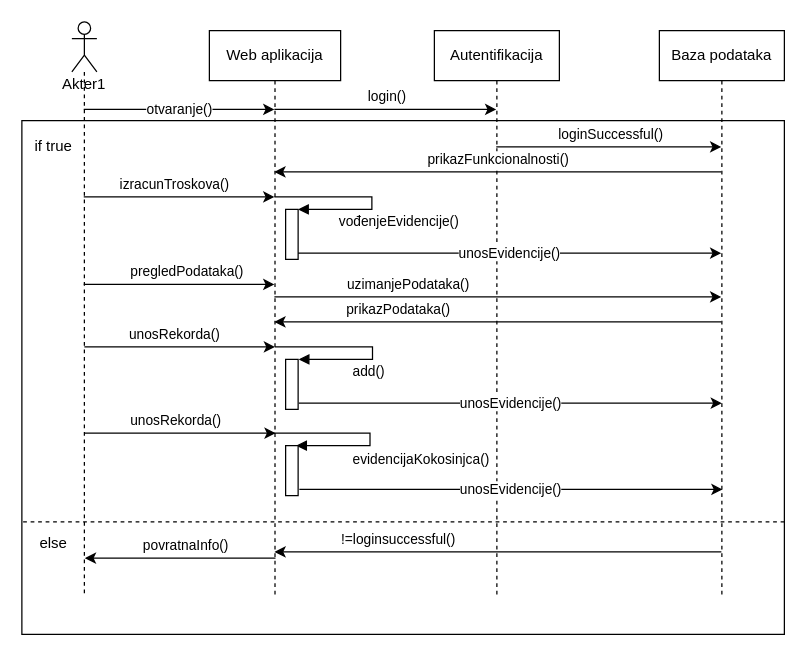
This is Dokumentacija/Sekvencijalni dijagram/sekvencijalni_akter1.drawio from fox1806/Kokoshinjac, a draw.io file, before an edit. Source tidied: cells renumbered, new cells numbered last; positions are measured from the earlier drawing's top-left corner, leaving out a move shared by most shapes. Both pictures are drawn from the tidied source at 125%, with x=0, y=0 at pixel (21, 21).
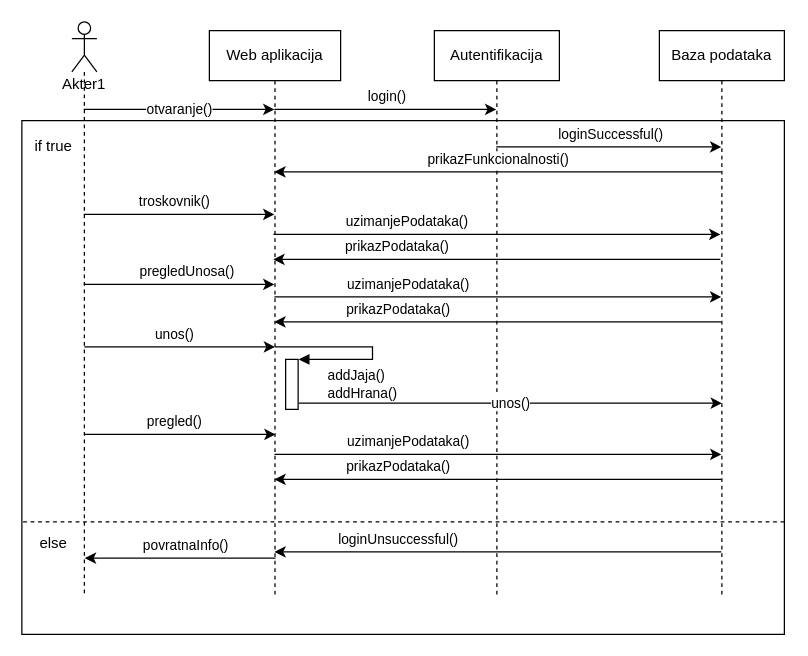
After the change.

The change refers to these unchanged cells:
```xml
<mxCell id="6" value="Akter1" style="shape=umlLifeline;participant=umlActor;perimeter=lifelinePerimeter;whiteSpace=wrap;html=1;verticalAlign=top;spacingTop=36;outlineConnect=0;size=40;" parent="1" vertex="1">
  <mxGeometry x="40" width="20" height="460" as="geometry" />
</mxCell>
<mxCell id="9" value="Web aplikacija" style="shape=umlLifeline;perimeter=lifelinePerimeter;whiteSpace=wrap;html=1;outlineConnect=0;" parent="1" vertex="1">
  <mxGeometry x="150" y="7" width="105" height="453" as="geometry" />
</mxCell>
```

Diff of the diagram source:
```diff
@@
-    <mxCell id="4" value="izracunTroskova()" style="edgeStyle=orthogonalEdgeStyle;rounded=0;jettySize=auto;html=1;" parent="1" edge="1" source="6" target="9">
+    <mxCell id="4" value="troskovnik()" style="edgeStyle=orthogonalEdgeStyle;rounded=0;orthogonalLoop=1;jettySize=auto;html=1;" parent="1" edge="1">
       <mxGeometry x="-0.06" y="10" relative="1" as="geometry">
+        <mxPoint x="49.5" y="154" as="sourcePoint" />
+        <mxPoint x="202" y="154" as="targetPoint" />
         <Array as="points">
-          <mxPoint x="120" y="140" />
-          <mxPoint x="120" y="140" />
+          <mxPoint x="120" y="154" />
+          <mxPoint x="120" y="154" />
         </Array>
       </mxGeometry>
     </mxCell>
-    <mxCell id="5" value="pregledPodataka()" style="edgeStyle=orthogonalEdgeStyle;rounded=0;jettySize=auto;html=1;" parent="1" edge="1" source="6" target="9">
+    <mxCell id="5" value="pregledUnosa()" style="edgeStyle=orthogonalEdgeStyle;rounded=0;jettySize=auto;html=1;" parent="1" edge="1" source="6" target="9">
       <mxGeometry x="0.06" y="10" relative="1" as="geometry">
         <Array as="points">
           <mxPoint x="120" y="210" />
           <mxPoint x="120" y="210" />
         </Array>
         <mxPoint x="1" as="offset" />
       </mxGeometry>
     </mxCell>
@@
-    <mxCell id="10" style="html=1;points=[];perimeter=orthogonalPerimeter;" parent="9" vertex="1">
-      <mxGeometry x="61" y="143" width="10" height="40" as="geometry" />
-    </mxCell>
-    <mxCell id="11" value="vođenjeEvidencije()" style="edgeStyle=orthogonalEdgeStyle;html=1;align=left;spacingLeft=2;endArrow=block;rounded=0;entryX=1;entryY=0;" parent="9" edge="1" source="9" target="10">
-      <mxGeometry x="0.61" y="10" relative="1" as="geometry">
-        <Array as="points">
-          <mxPoint x="130" y="133" />
-          <mxPoint x="130" y="143" />
-        </Array>
-      </mxGeometry>
-    </mxCell>
@@
-    <mxCell id="17" value="unosEvidencije()" style="edgeStyle=orthogonalEdgeStyle;rounded=0;orthogonalLoop=1;jettySize=auto;html=1;" parent="1" edge="1">
-      <mxGeometry relative="1" as="geometry">
-        <mxPoint x="221" y="185" as="sourcePoint" />
-        <mxPoint x="559.5" y="185" as="targetPoint" />
-        <Array as="points">
-          <mxPoint x="390" y="185" />
-          <mxPoint x="390" y="185" />
-        </Array>
-      </mxGeometry>
-    </mxCell>
@@
-    <mxCell id="20" value="unosRekorda()" style="edgeStyle=orthogonalEdgeStyle;rounded=0;orthogonalLoop=1;jettySize=auto;html=1;" parent="1" edge="1">
+    <mxCell id="20" value="unos()" style="edgeStyle=orthogonalEdgeStyle;rounded=0;orthogonalLoop=1;jettySize=auto;html=1;" parent="1" edge="1">
       <mxGeometry x="-0.06" y="10" relative="1" as="geometry">
         <mxPoint x="50" y="260" as="sourcePoint" />
         <mxPoint x="202.5" y="260" as="targetPoint" />
         <Array as="points">
           <mxPoint x="120.5" y="260" />
           <mxPoint x="120.5" y="260" />
         </Array>
       </mxGeometry>
     </mxCell>
-    <mxCell id="21" value="add()" style="edgeStyle=orthogonalEdgeStyle;html=1;align=left;spacingLeft=2;endArrow=block;rounded=0;entryX=1;entryY=0;" parent="1" edge="1">
-      <mxGeometry x="0.47" y="10" relative="1" as="geometry">
+    <mxCell id="21" value="addJaja()&lt;br&gt;addHrana()" style="edgeStyle=orthogonalEdgeStyle;html=1;align=left;spacingLeft=2;endArrow=block;rounded=0;entryX=1;entryY=0;" parent="1" edge="1">
+      <mxGeometry x="0.75" y="20" relative="1" as="geometry">
         <mxPoint x="202.5" y="260" as="sourcePoint" />
         <mxPoint x="221.5" y="270" as="targetPoint" />
         <Array as="points">
           <mxPoint x="280.5" y="260" />
           <mxPoint x="280.5" y="270" />
         </Array>
+        <mxPoint x="1" as="offset" />
       </mxGeometry>
     </mxCell>
-    <mxCell id="22" value="unosEvidencije()" style="edgeStyle=orthogonalEdgeStyle;rounded=0;orthogonalLoop=1;jettySize=auto;html=1;" parent="1" edge="1">
+    <mxCell id="22" value="unos()" style="edgeStyle=orthogonalEdgeStyle;rounded=0;orthogonalLoop=1;jettySize=auto;html=1;" parent="1" edge="1">
       <mxGeometry relative="1" as="geometry">
         <mxPoint x="221.5" y="305" as="sourcePoint" />
         <mxPoint x="560" y="305" as="targetPoint" />
         <Array as="points">
           <mxPoint x="390.5" y="305" />
           <mxPoint x="390.5" y="305" />
         </Array>
       </mxGeometry>
     </mxCell>
-    <mxCell id="23" value="unosRekorda()" style="edgeStyle=orthogonalEdgeStyle;rounded=0;orthogonalLoop=1;jettySize=auto;html=1;" parent="1" edge="1">
-      <mxGeometry x="-0.06" y="10" relative="1" as="geometry">
-        <mxPoint x="50.5" y="329" as="sourcePoint" />
-        <mxPoint x="203" y="329" as="targetPoint" />
-        <Array as="points">
-          <mxPoint x="121" y="329" />
-          <mxPoint x="121" y="329" />
-        </Array>
-      </mxGeometry>
-    </mxCell>
-    <mxCell id="24" value="unosEvidencije()" style="edgeStyle=orthogonalEdgeStyle;rounded=0;orthogonalLoop=1;jettySize=auto;html=1;" parent="1" edge="1">
-      <mxGeometry relative="1" as="geometry">
-        <mxPoint x="222" y="374" as="sourcePoint" />
-        <mxPoint x="560.5" y="374" as="targetPoint" />
-        <Array as="points">
-          <mxPoint x="391" y="374" />
-          <mxPoint x="391" y="374" />
-        </Array>
-      </mxGeometry>
-    </mxCell>
-    <mxCell id="25" value="evidencijaKokosinjca()" style="edgeStyle=orthogonalEdgeStyle;html=1;align=left;spacingLeft=2;endArrow=block;rounded=0;entryX=1;entryY=0;" parent="1" edge="1">
-      <mxGeometry x="0.44" y="11" relative="1" as="geometry">
-        <mxPoint x="200.5" y="329" as="sourcePoint" />
-        <mxPoint x="219.5" y="339" as="targetPoint" />
-        <Array as="points">
-          <mxPoint x="278.5" y="329" />
-          <mxPoint x="278.5" y="339" />
-        </Array>
-      </mxGeometry>
-    </mxCell>
@@
-    <mxCell id="27" style="html=1;perimeter=orthogonalPerimeter;" parent="1" vertex="1">
-      <mxGeometry x="211" y="339" width="10" height="40" as="geometry" />
-    </mxCell>
@@
-    <mxCell id="30" value="!=loginsuccessful()" style="edgeStyle=orthogonalEdgeStyle;rounded=0;orthogonalLoop=1;jettySize=auto;html=1;" parent="1" edge="1">
+    <mxCell id="30" value="loginUnsuccessful()" style="edgeStyle=orthogonalEdgeStyle;rounded=0;orthogonalLoop=1;jettySize=auto;html=1;" parent="1" edge="1">
       <mxGeometry x="0.45" y="-10" relative="1" as="geometry">
         <mxPoint x="559.6" y="424" as="sourcePoint" />
         <mxPoint x="202.1" y="424" as="targetPoint" />
         <Array as="points">
           <mxPoint x="380.1" y="424" />
           <mxPoint x="380.1" y="424" />
         </Array>
       </mxGeometry>
     </mxCell>
+    <mxCell id="31" value="uzimanjePodataka()" style="edgeStyle=orthogonalEdgeStyle;rounded=0;orthogonalLoop=1;jettySize=auto;html=1;" parent="1" edge="1">
+      <mxGeometry x="-0.4" y="10" relative="1" as="geometry">
+        <mxPoint x="201.2" y="170" as="sourcePoint" />
+        <mxPoint x="558.8" y="170" as="targetPoint" />
+        <Array as="points">
+          <mxPoint x="379.2" y="170" />
+          <mxPoint x="379.2" y="170" />
+        </Array>
+      </mxGeometry>
+    </mxCell>
+    <mxCell id="32" value="prikazPodataka()" style="edgeStyle=orthogonalEdgeStyle;rounded=0;orthogonalLoop=1;jettySize=auto;html=1;" parent="1" edge="1">
+      <mxGeometry x="0.45" y="-10" relative="1" as="geometry">
+        <mxPoint x="558.8" y="190" as="sourcePoint" />
+        <mxPoint x="201.2" y="190" as="targetPoint" />
+        <Array as="points">
+          <mxPoint x="379.2" y="190" />
+          <mxPoint x="379.2" y="190" />
+        </Array>
+      </mxGeometry>
+    </mxCell>
+    <mxCell id="33" value="pregled()" style="edgeStyle=orthogonalEdgeStyle;rounded=0;orthogonalLoop=1;jettySize=auto;html=1;" parent="1" edge="1">
+      <mxGeometry x="-0.06" y="10" relative="1" as="geometry">
+        <mxPoint x="50.4" y="330" as="sourcePoint" />
+        <mxPoint x="202.9" y="330" as="targetPoint" />
+        <Array as="points">
+          <mxPoint x="120.9" y="330" />
+          <mxPoint x="120.9" y="330" />
+        </Array>
+      </mxGeometry>
+    </mxCell>
+    <mxCell id="34" value="uzimanjePodataka()" style="edgeStyle=orthogonalEdgeStyle;rounded=0;orthogonalLoop=1;jettySize=auto;html=1;" parent="1" edge="1">
+      <mxGeometry x="-0.4" y="10" relative="1" as="geometry">
+        <mxPoint x="202.1" y="346" as="sourcePoint" />
+        <mxPoint x="559.6" y="346" as="targetPoint" />
+        <Array as="points">
+          <mxPoint x="380.1" y="346" />
+          <mxPoint x="380.1" y="346" />
+        </Array>
+      </mxGeometry>
+    </mxCell>
+    <mxCell id="35" value="prikazPodataka()" style="edgeStyle=orthogonalEdgeStyle;rounded=0;orthogonalLoop=1;jettySize=auto;html=1;" parent="1" edge="1">
+      <mxGeometry x="0.45" y="-10" relative="1" as="geometry">
+        <mxPoint x="559.6" y="366" as="sourcePoint" />
+        <mxPoint x="202.1" y="366" as="targetPoint" />
+        <Array as="points">
+          <mxPoint x="380.1" y="366" />
+          <mxPoint x="380.1" y="366" />
+        </Array>
+      </mxGeometry>
+    </mxCell>
```
